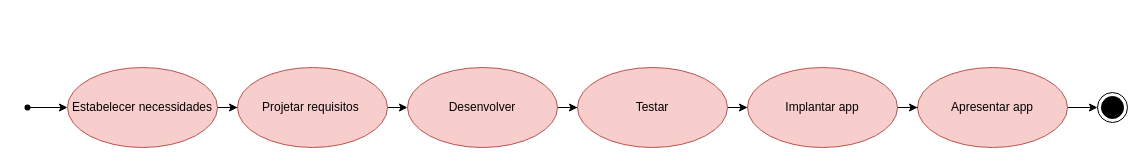
Earlier version of the draw.io diagram page "Fluxo principal" (1 of 2) of Diagrama sem nome.drawio (helloisasilva/Processo-de-engenharia-de-software-para-App-mobile). Source tidied: cells renumbered, new cells numbered last; positions are measured from the earlier drawing's top-left corner, leaving out a move shared by most shapes. Both pictures are drawn from the tidied source at 100%, with x=0, y=0 at pixel (17, 67).
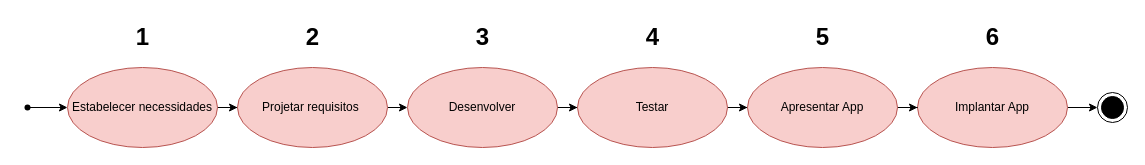
Above is the later version.

Commit message:
Numeração do Processo Principal

Change to the diagram source:
```diff
@@
-    <mxCell id="13" value="Apresentar app" style="ellipse;whiteSpace=wrap;html=1;fillColor=#f8cecc;strokeColor=#b85450;gradientColor=none;shadow=0;" parent="1" vertex="1">
+    <mxCell id="13" value="Implantar App" style="ellipse;whiteSpace=wrap;html=1;fillColor=#f8cecc;strokeColor=#b85450;gradientColor=none;shadow=0;" parent="1" vertex="1">
       <mxGeometry x="900" width="150" height="80" as="geometry" />
     </mxCell>
@@
-    <mxCell id="15" value="Implantar app" style="ellipse;whiteSpace=wrap;html=1;fillColor=#f8cecc;strokeColor=#b85450;gradientColor=none;shadow=0;" parent="1" vertex="1">
+    <mxCell id="15" value="Apresentar App" style="ellipse;whiteSpace=wrap;html=1;fillColor=#f8cecc;strokeColor=#b85450;gradientColor=none;shadow=0;" parent="1" vertex="1">
       <mxGeometry x="730" width="150" height="80" as="geometry" />
     </mxCell>
@@
+    <mxCell id="17" value="1" style="text;strokeColor=none;fillColor=none;html=1;fontSize=24;fontStyle=1;verticalAlign=middle;align=center;" parent="1" vertex="1">
+      <mxGeometry x="75" y="-50" width="100" height="40" as="geometry" />
+    </mxCell>
+    <mxCell id="18" value="2" style="text;strokeColor=none;fillColor=none;html=1;fontSize=24;fontStyle=1;verticalAlign=middle;align=center;" parent="1" vertex="1">
+      <mxGeometry x="245" y="-50" width="100" height="40" as="geometry" />
+    </mxCell>
+    <mxCell id="19" value="3" style="text;strokeColor=none;fillColor=none;html=1;fontSize=24;fontStyle=1;verticalAlign=middle;align=center;" parent="1" vertex="1">
+      <mxGeometry x="415" y="-50" width="100" height="40" as="geometry" />
+    </mxCell>
+    <mxCell id="20" value="4" style="text;strokeColor=none;fillColor=none;html=1;fontSize=24;fontStyle=1;verticalAlign=middle;align=center;" parent="1" vertex="1">
+      <mxGeometry x="585" y="-50" width="100" height="40" as="geometry" />
+    </mxCell>
+    <mxCell id="21" value="5" style="text;strokeColor=none;fillColor=none;html=1;fontSize=24;fontStyle=1;verticalAlign=middle;align=center;" parent="1" vertex="1">
+      <mxGeometry x="755" y="-50" width="100" height="40" as="geometry" />
+    </mxCell>
+    <mxCell id="22" value="6" style="text;strokeColor=none;fillColor=none;html=1;fontSize=24;fontStyle=1;verticalAlign=middle;align=center;" parent="1" vertex="1">
+      <mxGeometry x="925" y="-50" width="100" height="40" as="geometry" />
+    </mxCell>
```
